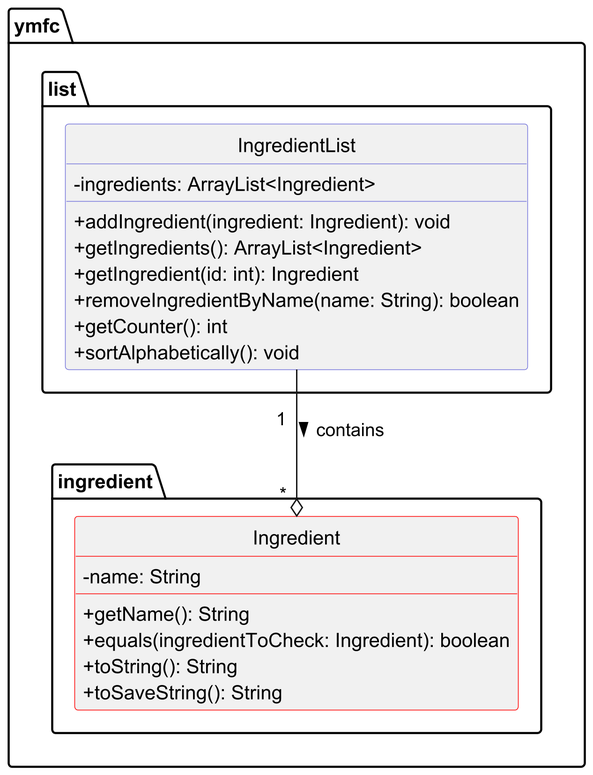
The PlantUML diagram docs/img/ClassDiagrams/ingredientsClassDiagram.png in nus-cs2113-AY2425S1/tp, before a commit. Its source is kept beside it as docs/puml/ClassDiagrams/ingredientsClassDiagram.puml. Its diagram source:
```plantuml
@startuml
!include Style.puml

skinparam classAttributeIconSize 0

package "ymfc.ingredient" {

    class Ingredient #COLOR_RED{
        - name: String
        __
        + getName(): String
        + equals(ingredientToCheck: Ingredient): boolean
        + toString(): String
        + toSaveString(): String
    }
    hide Ingredient circle
}

package "ymfc.list" {

    class IngredientList #COLOR_PURPLE_BLUE{
            - ingredients: ArrayList<Ingredient>
            __
            + addIngredient(ingredient: Ingredient): void
            + getIngredients(): ArrayList<Ingredient>
            + getIngredient(id: int): Ingredient
            + removeIngredientByName(name: String): boolean
            + getCounter(): int
            + sortAlphabetically(): void
    }
    hide IngredientList circle
}

IngredientList "\n1  "  --downo " *  " Ingredient : contains >

@enduml
```
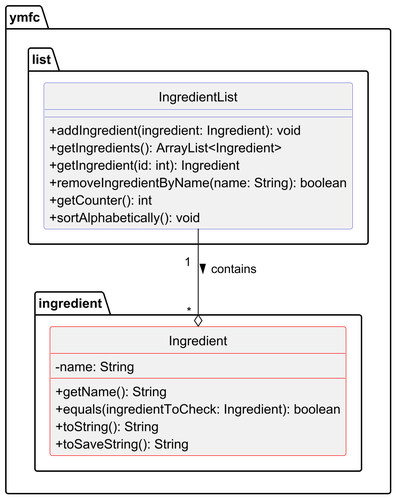
Above is the later version.

Commit message:
Add class diagram for ingredient classes

Change to the diagram source:
```diff
@@ -19,7 +19,6 @@
 package "ymfc.list" {
 
     class IngredientList #COLOR_PURPLE_BLUE{
-            - ingredients: ArrayList<Ingredient>
             __
             + addIngredient(ingredient: Ingredient): void
             + getIngredients(): ArrayList<Ingredient>
```
